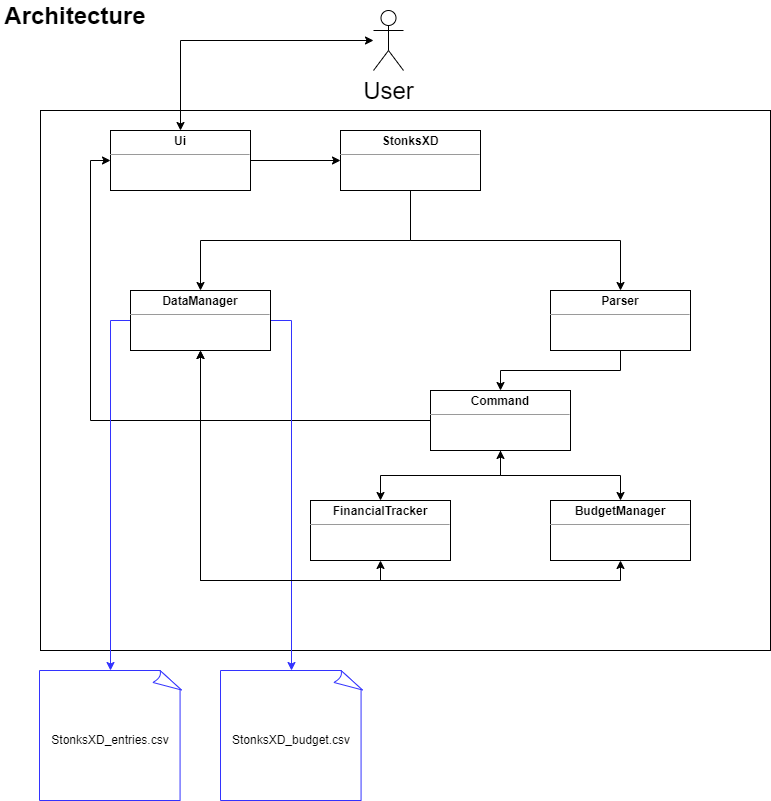
The draw.io diagram docs/Architecture.drawio.png in nus-cs2113-AY2122S1/tp, before a commit. Source tidied: cells renumbered, new cells last; positions are measured from the earlier drawing's top-left corner, leaving out a move shared by most shapes.
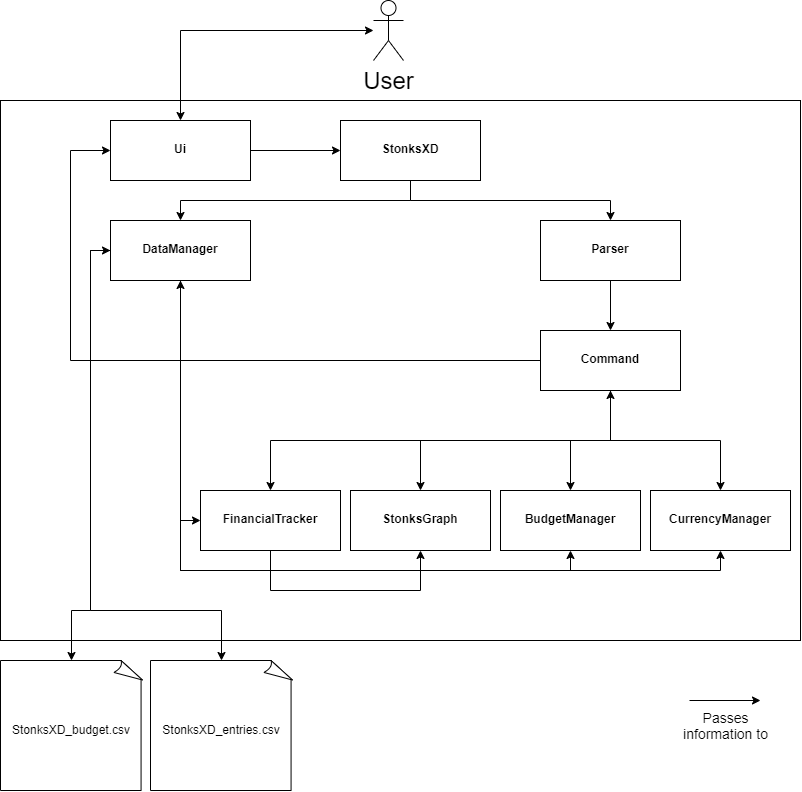
The same file after the commit.

Commit message:
Update architecture and budget component of DG

What changed in the source:
```diff
@@ -3,52 +3,89 @@
     <mxCell id="0" />
     <mxCell id="1" parent="0" />
     <mxCell id="2" style="rounded=0;whiteSpace=wrap;html=1;fillColor=none;" parent="1" vertex="1">
-      <mxGeometry x="40" y="110" width="730" height="540" as="geometry" />
+      <mxGeometry y="110" width="800" height="540" as="geometry" />
     </mxCell>
-    <mxCell id="3" value="&lt;font style=&quot;font-size: 24px&quot;&gt;&lt;b&gt;Architecture&lt;/b&gt;&lt;/font&gt;" style="text;html=1;strokeColor=none;fillColor=none;align=center;verticalAlign=middle;whiteSpace=wrap;rounded=0;" parent="1" vertex="1">
-      <mxGeometry width="150" height="30" as="geometry" />
-    </mxCell>
     <mxCell id="4" style="edgeStyle=orthogonalEdgeStyle;rounded=0;jettySize=auto;html=1;exitX=0.5;exitY=1;exitDx=0;exitDy=0;entryX=0.5;entryY=0;entryDx=0;entryDy=0;startArrow=none;startFill=0;" parent="1" edge="1" source="6" target="17">
       <mxGeometry relative="1" as="geometry" />
     </mxCell>
     <mxCell id="5" style="edgeStyle=orthogonalEdgeStyle;rounded=0;jettySize=auto;html=1;exitX=0.5;exitY=1;exitDx=0;exitDy=0;" parent="1" edge="1" source="6" target="24">
       <mxGeometry relative="1" as="geometry" />
     </mxCell>
-    <mxCell id="6" value="&lt;p style=&quot;margin: 0px ; margin-top: 4px ; text-align: center&quot;&gt;&lt;b&gt;StonksXD&lt;/b&gt;&lt;/p&gt;&lt;hr size=&quot;1&quot;&gt;&lt;div style=&quot;height: 2px&quot;&gt;&lt;/div&gt;" style="verticalAlign=top;align=left;overflow=fill;fontSize=12;fontFamily=Helvetica;html=1;" parent="1" vertex="1">
+    <mxCell id="6" value="&lt;p style=&quot;margin: 0px ; margin-top: 4px ; text-align: center&quot;&gt;&lt;b&gt;&lt;br&gt;&lt;/b&gt;&lt;/p&gt;&lt;p style=&quot;margin: 0px ; margin-top: 4px ; text-align: center&quot;&gt;&lt;b&gt;StonksXD&lt;/b&gt;&lt;/p&gt;" style="verticalAlign=top;align=left;overflow=fill;fontSize=12;fontFamily=Helvetica;html=1;" parent="1" vertex="1">
       <mxGeometry x="340" y="130" width="140" height="60" as="geometry" />
     </mxCell>
     <mxCell id="7" style="edgeStyle=orthogonalEdgeStyle;rounded=0;jettySize=auto;html=1;" parent="1" edge="1" source="8" target="6">
       <mxGeometry relative="1" as="geometry" />
     </mxCell>
-    <mxCell id="8" value="&lt;p style=&quot;margin: 0px ; margin-top: 4px ; text-align: center&quot;&gt;&lt;b&gt;Ui&lt;/b&gt;&lt;/p&gt;&lt;hr size=&quot;1&quot;&gt;&lt;div style=&quot;height: 2px&quot;&gt;&lt;/div&gt;" style="verticalAlign=top;align=left;overflow=fill;fontSize=12;fontFamily=Helvetica;html=1;" parent="1" vertex="1">
+    <mxCell id="8" value="&lt;p style=&quot;margin: 0px ; margin-top: 4px ; text-align: center&quot;&gt;&lt;b&gt;&lt;br&gt;&lt;/b&gt;&lt;/p&gt;&lt;p style=&quot;margin: 0px ; margin-top: 4px ; text-align: center&quot;&gt;&lt;b&gt;Ui&lt;br&gt;&lt;/b&gt;&lt;/p&gt;" style="verticalAlign=top;align=left;overflow=fill;fontSize=12;fontFamily=Helvetica;html=1;" parent="1" vertex="1">
       <mxGeometry x="110" y="130" width="140" height="60" as="geometry" />
     </mxCell>
     <mxCell id="9" style="edgeStyle=orthogonalEdgeStyle;rounded=0;jettySize=auto;html=1;" parent="1" edge="1" source="12" target="22">
       <mxGeometry relative="1" as="geometry" />
     </mxCell>
-    <mxCell id="10" style="edgeStyle=orthogonalEdgeStyle;rounded=0;jettySize=auto;html=1;exitX=0.5;exitY=1;exitDx=0;exitDy=0;entryX=0.5;entryY=0;entryDx=0;entryDy=0;startArrow=classic;startFill=1;" parent="1" edge="1" source="12" target="14">
+    <mxCell id="10" style="edgeStyle=orthogonalEdgeStyle;rounded=0;jettySize=auto;html=1;exitX=0.5;exitY=1;exitDx=0;exitDy=0;entryX=0.5;entryY=0;entryDx=0;entryDy=0;startArrow=none;startFill=0;" parent="1" edge="1" source="12" target="14">
       <mxGeometry relative="1" as="geometry" />
     </mxCell>
     <mxCell id="11" style="edgeStyle=orthogonalEdgeStyle;rounded=0;jettySize=auto;html=1;exitX=0;exitY=0.5;exitDx=0;exitDy=0;entryX=0;entryY=0.5;entryDx=0;entryDy=0;startArrow=none;startFill=0;endArrow=classic;endFill=1;" parent="1" edge="1" source="12" target="8">
-      <mxGeometry relative="1" as="geometry" />
+      <mxGeometry relative="1" as="geometry">
+        <Array as="points">
+          <mxPoint x="70" y="370" />
+          <mxPoint x="70" y="160" />
+        </Array>
+      </mxGeometry>
     </mxCell>
+    <mxCell id="26" style="edgeStyle=orthogonalEdgeStyle;rounded=0;jettySize=auto;html=1;entryX=0.5;entryY=0;entryDx=0;entryDy=0;" parent="1" edge="1" source="12" target="31">
+      <mxGeometry relative="1" as="geometry" />
+    </mxCell>
+    <mxCell id="27" style="edgeStyle=orthogonalEdgeStyle;rounded=0;jettySize=auto;html=1;startArrow=classic;startFill=1;" parent="1" edge="1" source="12" target="32">
+      <mxGeometry relative="1" as="geometry">
+        <Array as="points">
+          <mxPoint x="610" y="450" />
+          <mxPoint x="420" y="450" />
+        </Array>
+      </mxGeometry>
+    </mxCell>
-    <mxCell id="12" value="&lt;p style=&quot;margin: 0px ; margin-top: 4px ; text-align: center&quot;&gt;&lt;b&gt;Command&lt;/b&gt;&lt;/p&gt;&lt;hr size=&quot;1&quot;&gt;&lt;div style=&quot;height: 2px&quot;&gt;&lt;/div&gt;" style="verticalAlign=top;align=left;overflow=fill;fontSize=12;fontFamily=Helvetica;html=1;" parent="1" vertex="1">
-      <mxGeometry x="430" y="390" width="140" height="60" as="geometry" />
+    <mxCell id="12" value="&lt;p style=&quot;margin: 0px ; margin-top: 4px ; text-align: center&quot;&gt;&lt;b&gt;&lt;br&gt;&lt;/b&gt;&lt;/p&gt;&lt;p style=&quot;margin: 0px ; margin-top: 4px ; text-align: center&quot;&gt;&lt;b&gt;Command&lt;/b&gt;&lt;/p&gt;" style="verticalAlign=top;align=left;overflow=fill;fontSize=12;fontFamily=Helvetica;html=1;" parent="1" vertex="1">
+      <mxGeometry x="540" y="340" width="140" height="60" as="geometry" />
     </mxCell>
-    <mxCell id="13" style="edgeStyle=orthogonalEdgeStyle;rounded=0;jettySize=auto;html=1;exitX=0.5;exitY=1;exitDx=0;exitDy=0;entryX=0.5;entryY=1;entryDx=0;entryDy=0;startArrow=classic;startFill=1;" parent="1" edge="1" source="14" target="17">
-      <mxGeometry relative="1" as="geometry" />
+    <mxCell id="13" style="edgeStyle=orthogonalEdgeStyle;rounded=0;jettySize=auto;html=1;entryX=0.5;entryY=1;entryDx=0;entryDy=0;startArrow=classic;startFill=1;endArrow=classic;endFill=1;" parent="1" edge="1" source="14" target="17">
+      <mxGeometry relative="1" as="geometry">
+        <Array as="points">
+          <mxPoint x="180" y="530" />
+        </Array>
+      </mxGeometry>
     </mxCell>
+    <mxCell id="28" style="edgeStyle=orthogonalEdgeStyle;rounded=0;jettySize=auto;html=1;entryX=0.5;entryY=1;entryDx=0;entryDy=0;fontSize=14;startArrow=none;startFill=0;endArrow=classic;endFill=1;" parent="1" edge="1" source="14" target="32">
+      <mxGeometry relative="1" as="geometry">
+        <Array as="points">
+          <mxPoint x="270" y="600" />
+          <mxPoint x="420" y="600" />
+        </Array>
+      </mxGeometry>
+    </mxCell>
-    <mxCell id="14" value="&lt;p style=&quot;margin: 0px ; margin-top: 4px ; text-align: center&quot;&gt;&lt;b&gt;FinancialTracker&lt;/b&gt;&lt;/p&gt;&lt;hr size=&quot;1&quot;&gt;&lt;div style=&quot;height: 2px&quot;&gt;&lt;/div&gt;" style="verticalAlign=top;align=left;overflow=fill;fontSize=12;fontFamily=Helvetica;html=1;" parent="1" vertex="1">
-      <mxGeometry x="310" y="500" width="140" height="60" as="geometry" />
+    <mxCell id="14" value="&lt;p style=&quot;margin: 0px ; margin-top: 4px ; text-align: center&quot;&gt;&lt;b&gt;&lt;br&gt;&lt;/b&gt;&lt;/p&gt;&lt;p style=&quot;margin: 0px ; margin-top: 4px ; text-align: center&quot;&gt;&lt;b&gt;FinancialTracker&lt;/b&gt;&lt;/p&gt;" style="verticalAlign=top;align=left;overflow=fill;fontSize=12;fontFamily=Helvetica;html=1;" parent="1" vertex="1">
+      <mxGeometry x="200" y="500" width="140" height="60" as="geometry" />
     </mxCell>
+    <mxCell id="16" style="edgeStyle=orthogonalEdgeStyle;rounded=0;jettySize=auto;html=1;entryX=0.5;entryY=0;entryDx=0;entryDy=0;entryPerimeter=0;" parent="1" edge="1" source="17" target="25">
+      <mxGeometry relative="1" as="geometry">
+        <Array as="points">
+          <mxPoint x="90" y="260" />
+          <mxPoint x="90" y="620" />
+          <mxPoint x="71" y="620" />
+        </Array>
+      </mxGeometry>
+    </mxCell>
-    <mxCell id="15" style="edgeStyle=orthogonalEdgeStyle;rounded=0;jettySize=auto;html=1;exitX=0;exitY=0.5;exitDx=0;exitDy=0;strokeColor=#3333FF;" parent="1" edge="1" source="17" target="20">
-      <mxGeometry relative="1" as="geometry" />
+    <mxCell id="15" style="edgeStyle=orthogonalEdgeStyle;rounded=0;jettySize=auto;html=1;exitX=0;exitY=0.5;exitDx=0;exitDy=0;entryX=0.5;entryY=0;entryDx=0;entryDy=0;entryPerimeter=0;startArrow=classic;startFill=1;" parent="1" edge="1" source="17" target="20">
+      <mxGeometry relative="1" as="geometry">
+        <Array as="points">
+          <mxPoint x="90" y="260" />
+          <mxPoint x="90" y="620" />
+          <mxPoint x="221" y="620" />
+        </Array>
+      </mxGeometry>
     </mxCell>
-    <mxCell id="16" style="edgeStyle=orthogonalEdgeStyle;rounded=0;jettySize=auto;html=1;exitX=1;exitY=0.5;exitDx=0;exitDy=0;fontSize=15;strokeColor=#3333FF;" parent="1" edge="1" source="17" target="25">
-      <mxGeometry relative="1" as="geometry" />
-    </mxCell>
-    <mxCell id="17" value="&lt;p style=&quot;margin: 0px ; margin-top: 4px ; text-align: center&quot;&gt;&lt;b&gt;DataManager&lt;/b&gt;&lt;/p&gt;&lt;hr size=&quot;1&quot;&gt;&lt;div style=&quot;height: 2px&quot;&gt;&lt;/div&gt;" style="verticalAlign=top;align=left;overflow=fill;fontSize=12;fontFamily=Helvetica;html=1;" parent="1" vertex="1">
-      <mxGeometry x="130" y="290" width="140" height="60" as="geometry" />
+    <mxCell id="17" value="&lt;p style=&quot;margin: 0px ; margin-top: 4px ; text-align: center&quot;&gt;&lt;b&gt;&lt;br&gt;&lt;/b&gt;&lt;/p&gt;&lt;p style=&quot;margin: 0px ; margin-top: 4px ; text-align: center&quot;&gt;&lt;b&gt;DataManager&lt;/b&gt;&lt;/p&gt;" style="verticalAlign=top;align=left;overflow=fill;fontSize=12;fontFamily=Helvetica;html=1;" parent="1" vertex="1">
+      <mxGeometry x="110" y="230" width="140" height="60" as="geometry" />
     </mxCell>
     <mxCell id="18" style="edgeStyle=orthogonalEdgeStyle;rounded=0;jettySize=auto;html=1;fontSize=24;startArrow=classic;startFill=1;" parent="1" edge="1" source="19" target="8">
       <mxGeometry relative="1" as="geometry" />
@@ -56,23 +93,52 @@
     <mxCell id="19" value="User" style="shape=umlActor;verticalLabelPosition=bottom;verticalAlign=top;html=1;fontSize=24;" parent="1" vertex="1">
       <mxGeometry x="373" y="10" width="30" height="60" as="geometry" />
     </mxCell>
-    <mxCell id="20" value="&lt;font style=&quot;font-size: 12px&quot;&gt;StonksXD_entries.csv&lt;/font&gt;" style="whiteSpace=wrap;html=1;shape=mxgraph.basic.document;fontSize=24;strokeColor=#3333FF;" parent="1" vertex="1">
-      <mxGeometry x="39" y="670" width="142" height="130" as="geometry" />
+    <mxCell id="20" value="&lt;font style=&quot;font-size: 12px&quot;&gt;StonksXD_entries.csv&lt;/font&gt;" style="whiteSpace=wrap;html=1;shape=mxgraph.basic.document;fontSize=24;strokeColor=#000000;" parent="1" vertex="1">
+      <mxGeometry x="150" y="670" width="142" height="130" as="geometry" />
     </mxCell>
-    <mxCell id="21" style="edgeStyle=orthogonalEdgeStyle;rounded=0;jettySize=auto;html=1;exitX=0.5;exitY=1;exitDx=0;exitDy=0;startArrow=classic;startFill=1;" parent="1" edge="1" source="22" target="17">
-      <mxGeometry relative="1" as="geometry" />
-    </mxCell>
+    <mxCell id="29" style="edgeStyle=orthogonalEdgeStyle;rounded=0;jettySize=auto;html=1;startArrow=classic;startFill=1;endArrow=none;endFill=0;" parent="1" edge="1" source="22">
+      <mxGeometry relative="1" as="geometry">
+        <mxPoint x="180" y="290" as="targetPoint" />
+        <Array as="points">
+          <mxPoint x="570" y="580" />
+          <mxPoint x="180" y="580" />
+        </Array>
+      </mxGeometry>
+    </mxCell>
-    <mxCell id="22" value="&lt;p style=&quot;margin: 0px ; margin-top: 4px ; text-align: center&quot;&gt;&lt;b&gt;BudgetManager&lt;/b&gt;&lt;/p&gt;&lt;hr size=&quot;1&quot;&gt;&lt;div style=&quot;height: 2px&quot;&gt;&lt;/div&gt;" style="verticalAlign=top;align=left;overflow=fill;fontSize=12;fontFamily=Helvetica;html=1;" parent="1" vertex="1">
-      <mxGeometry x="550" y="500" width="140" height="60" as="geometry" />
+    <mxCell id="22" value="&lt;p style=&quot;margin: 0px ; margin-top: 4px ; text-align: center&quot;&gt;&lt;b&gt;&lt;br&gt;&lt;/b&gt;&lt;/p&gt;&lt;p style=&quot;margin: 0px ; margin-top: 4px ; text-align: center&quot;&gt;&lt;b&gt;BudgetManager&lt;/b&gt;&lt;/p&gt;" style="verticalAlign=top;align=left;overflow=fill;fontSize=12;fontFamily=Helvetica;html=1;" parent="1" vertex="1">
+      <mxGeometry x="500" y="500" width="140" height="60" as="geometry" />
     </mxCell>
     <mxCell id="23" style="edgeStyle=orthogonalEdgeStyle;rounded=0;jettySize=auto;html=1;" parent="1" edge="1" source="24" target="12">
       <mxGeometry relative="1" as="geometry" />
     </mxCell>
-    <mxCell id="24" value="&lt;p style=&quot;margin: 0px ; margin-top: 4px ; text-align: center&quot;&gt;&lt;b&gt;Parser&lt;/b&gt;&lt;/p&gt;&lt;hr size=&quot;1&quot;&gt;&lt;div style=&quot;height: 2px&quot;&gt;&lt;/div&gt;" style="verticalAlign=top;align=left;overflow=fill;fontSize=12;fontFamily=Helvetica;html=1;" parent="1" vertex="1">
-      <mxGeometry x="550" y="290" width="140" height="60" as="geometry" />
+    <mxCell id="24" value="&lt;p style=&quot;margin: 0px ; margin-top: 4px ; text-align: center&quot;&gt;&lt;b&gt;&lt;br&gt;&lt;/b&gt;&lt;/p&gt;&lt;p style=&quot;margin: 0px ; margin-top: 4px ; text-align: center&quot;&gt;&lt;b&gt;Parser&lt;/b&gt;&lt;/p&gt;" style="verticalAlign=top;align=left;overflow=fill;fontSize=12;fontFamily=Helvetica;html=1;" parent="1" vertex="1">
+      <mxGeometry x="540" y="230" width="140" height="60" as="geometry" />
     </mxCell>
-    <mxCell id="25" value="&lt;font style=&quot;font-size: 12px&quot;&gt;StonksXD_budget.csv&lt;/font&gt;" style="whiteSpace=wrap;html=1;shape=mxgraph.basic.document;fontSize=24;strokeColor=#3333FF;" parent="1" vertex="1">
-      <mxGeometry x="220" y="670" width="142" height="130" as="geometry" />
+    <mxCell id="25" value="&lt;font style=&quot;font-size: 12px&quot;&gt;StonksXD_budget.csv&lt;/font&gt;" style="whiteSpace=wrap;html=1;shape=mxgraph.basic.document;fontSize=24;strokeColor=#000000;" parent="1" vertex="1">
+      <mxGeometry y="670" width="142" height="130" as="geometry" />
     </mxCell>
+    <mxCell id="30" style="edgeStyle=orthogonalEdgeStyle;rounded=0;jettySize=auto;html=1;entryX=0.5;entryY=1;entryDx=0;entryDy=0;startArrow=classic;startFill=1;endArrow=none;endFill=0;" parent="1" edge="1" source="31" target="17">
+      <mxGeometry relative="1" as="geometry">
+        <Array as="points">
+          <mxPoint x="720" y="580" />
+          <mxPoint x="180" y="580" />
+        </Array>
+      </mxGeometry>
+    </mxCell>
+    <mxCell id="31" value="&lt;p style=&quot;margin: 0px ; margin-top: 4px ; text-align: center&quot;&gt;&lt;b&gt;&lt;br&gt;&lt;/b&gt;&lt;/p&gt;&lt;p style=&quot;margin: 0px ; margin-top: 4px ; text-align: center&quot;&gt;&lt;b&gt;CurrencyManager&lt;/b&gt;&lt;/p&gt;" style="verticalAlign=top;align=left;overflow=fill;fontSize=12;fontFamily=Helvetica;html=1;" parent="1" vertex="1">
+      <mxGeometry x="650" y="500" width="140" height="60" as="geometry" />
+    </mxCell>
+    <mxCell id="32" value="&lt;p style=&quot;margin: 0px ; margin-top: 4px ; text-align: center&quot;&gt;&lt;b&gt;&lt;br&gt;&lt;/b&gt;&lt;/p&gt;&lt;p style=&quot;margin: 0px ; margin-top: 4px ; text-align: center&quot;&gt;&lt;b&gt;StonksGraph&lt;/b&gt;&lt;/p&gt;" style="verticalAlign=top;align=left;overflow=fill;fontSize=12;fontFamily=Helvetica;html=1;" parent="1" vertex="1">
+      <mxGeometry x="350" y="500" width="140" height="60" as="geometry" />
+    </mxCell>
+    <mxCell id="33" style="endArrow=classic;html=1;rounded=0;" parent="1" edge="1">
+      <mxGeometry relative="1" as="geometry">
+        <mxPoint x="689" y="710" as="sourcePoint" />
+        <mxPoint x="760" y="710" as="targetPoint" />
+      </mxGeometry>
+    </mxCell>
+    <mxCell id="34" value="&lt;font style=&quot;font-size: 14px&quot;&gt;Passes information to&lt;/font&gt;" style="text;html=1;strokeColor=none;fillColor=none;align=center;verticalAlign=middle;whiteSpace=wrap;rounded=0;" parent="1" vertex="1">
+      <mxGeometry x="680" y="720" width="91" height="30" as="geometry" />
+    </mxCell>
   </root>
 </mxGraphModel>
```
